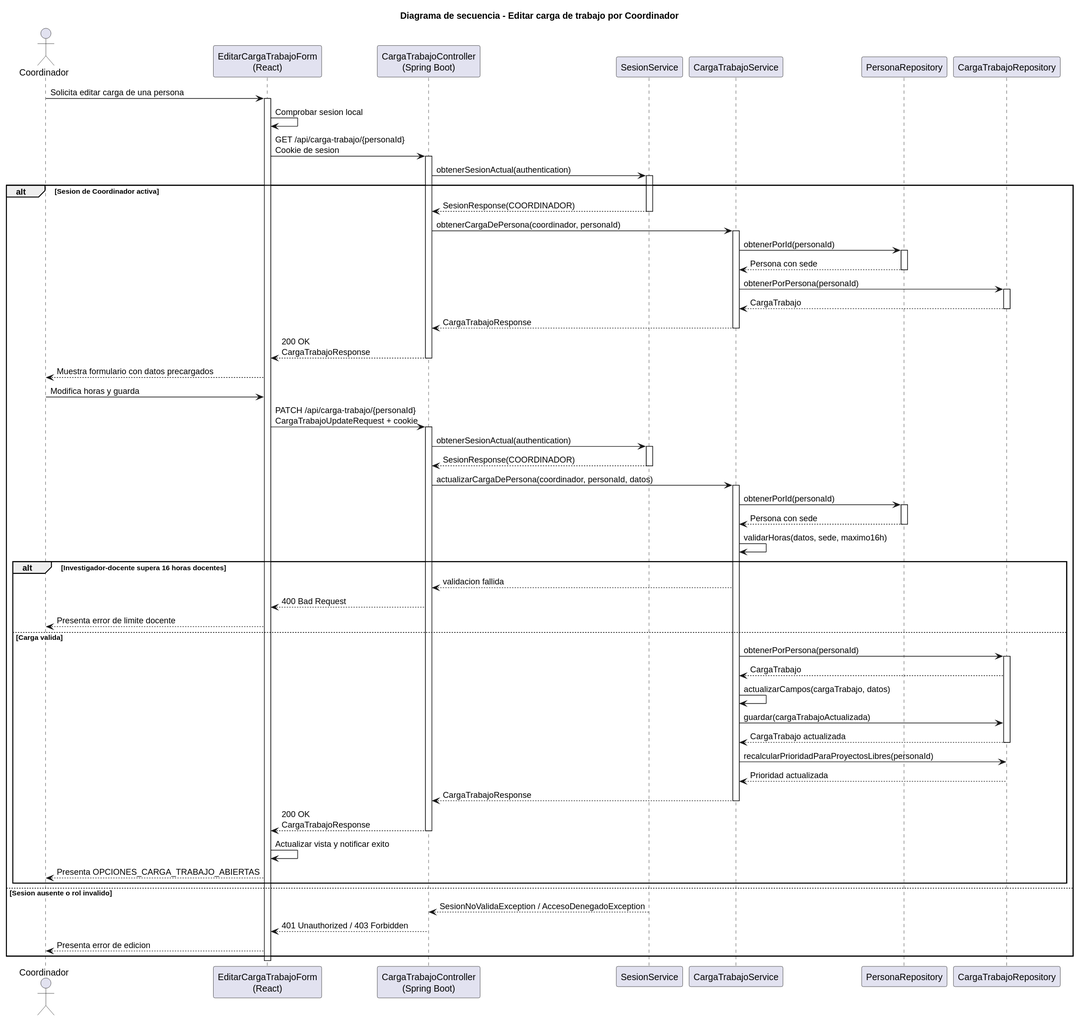
Before: images/RUP/02-diseño/casos-uso/coordinador/editarCargaTrabajo/secuencia.svg, a diagram exported from PlantUML (beatriizorozco/25-26-idsw2-sdVC).
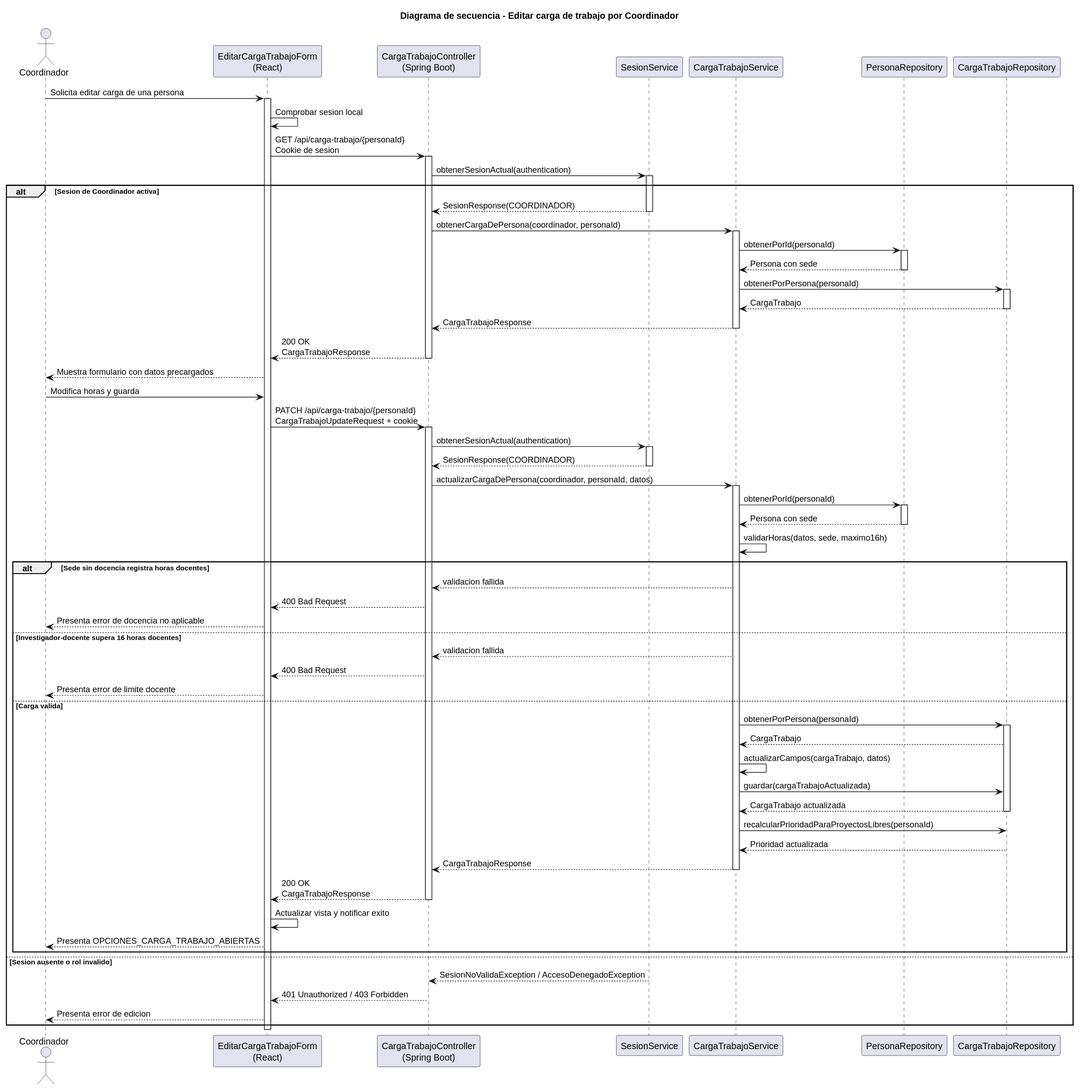
Later version of the same file.

Change to the diagram source:
```diff
@@ -48,7 +48,11 @@
     PersonaRepo --> Service: Persona con sede
     deactivate PersonaRepo
     Service -> Service: validarHoras(datos, sede, maximo16h)
-    alt Investigador-docente supera 16 horas docentes
+    alt Sede sin docencia registra horas docentes
+        Service --> Api: validacion fallida
+        Api --> Frontend: 400 Bad Request
+        Frontend --> Coordinador: Presenta error de docencia no aplicable
+    else Investigador-docente supera 16 horas docentes
         Service --> Api: validacion fallida
         Api --> Frontend: 400 Bad Request
         Frontend --> Coordinador: Presenta error de limite docente
```
